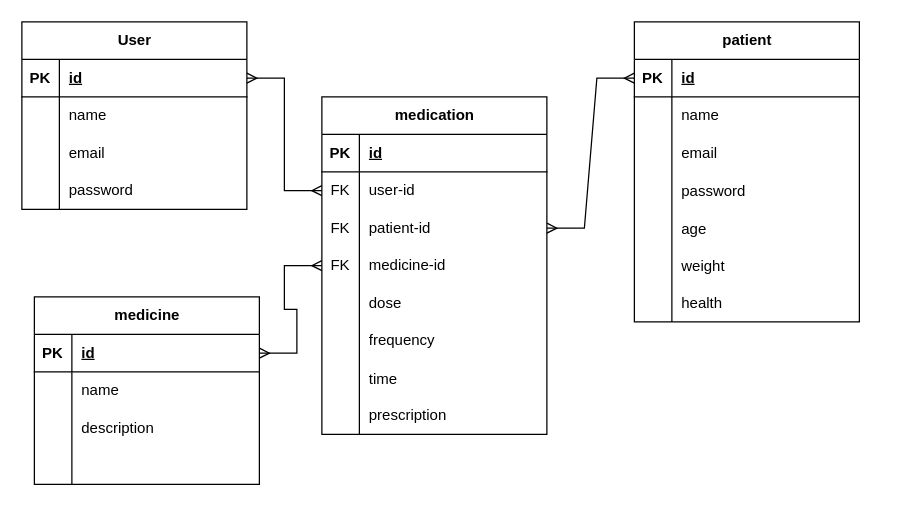
Earlier version of the draw.io diagram Untitled Diagram.drawio (XpertBotTeam/XpertBot_MedTech_Backend). Source tidied: cells renumbered, new cells numbered last; positions are measured from the earlier drawing's top-left corner, leaving out a move shared by most shapes. Both pictures are drawn from the tidied source at 125%, with x=0, y=0 at pixel (21, 21).
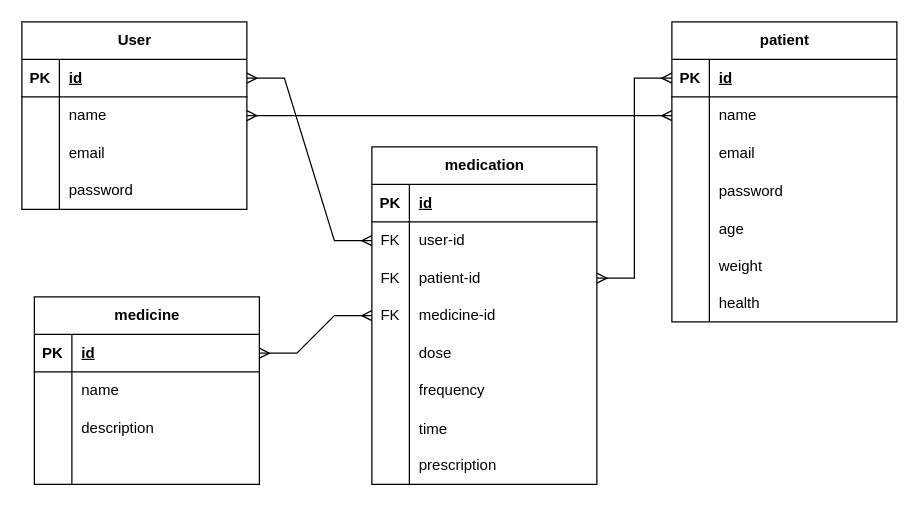
Above is the later version.

The change refers to these unchanged cells:
```xml
<mxCell id="6" style="shape=tableRow;horizontal=0;startSize=0;swimlaneHead=0;swimlaneBody=0;fillColor=none;points=[[0,0.5],[1,0.5]];portConstraint=eastwest;top=0;left=0;right=0;bottom=0;" parent="2" vertex="1">
  <mxGeometry y="60" width="180" height="30" as="geometry" />
</mxCell>
<mxCell id="19" style="shape=tableRow;horizontal=0;startSize=0;swimlaneHead=0;swimlaneBody=0;fillColor=none;points=[[0,0.5],[1,0.5]];portConstraint=eastwest;top=0;left=0;right=0;bottom=0;" parent="15" vertex="1">
  <mxGeometry y="60" width="180" height="30" as="geometry" />
</mxCell>
```

What changed in the source:
```diff
@@
     <mxCell id="15" value="patient" style="shape=table;startSize=30;childLayout=tableLayout;rowLines=0;fontStyle=1;align=center;html=1;" parent="1" vertex="1">
-      <mxGeometry x="490" width="180" height="240" as="geometry" />
+      <mxGeometry x="520" width="180" height="240" as="geometry" />
     </mxCell>
@@
     <mxCell id="37" value="medication" style="shape=table;startSize=30;childLayout=tableLayout;rowLines=0;fontStyle=1;align=center;html=1;" parent="1" vertex="1">
-      <mxGeometry x="240" y="60" width="180" height="270" as="geometry" />
+      <mxGeometry x="280" y="100" width="180" height="270" as="geometry" />
     </mxCell>
@@
+    <mxCell id="78" style="edgeStyle=entityRelationEdgeStyle;fontSize=12;html=1;endArrow=ERmany;startArrow=ERmany;rounded=0;entryX=0;entryY=0.5;entryDx=0;entryDy=0;exitX=1;exitY=0.5;exitDx=0;exitDy=0;" parent="1" edge="1" source="6" target="19">
+      <mxGeometry relative="1" as="geometry">
+        <Array as="points">
+          <mxPoint x="460" y="-20" />
+        </Array>
+      </mxGeometry>
+    </mxCell>
```
